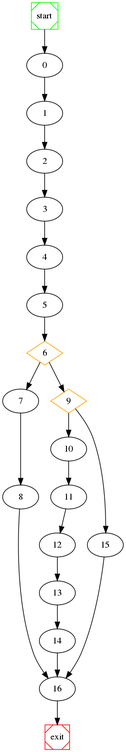
Above: wpc/raw_graph.png in NabeelQaiser/BTP_2k18-19 (Graphviz), before the change. Its source is kept beside it as wpc/raw_graph.dot.
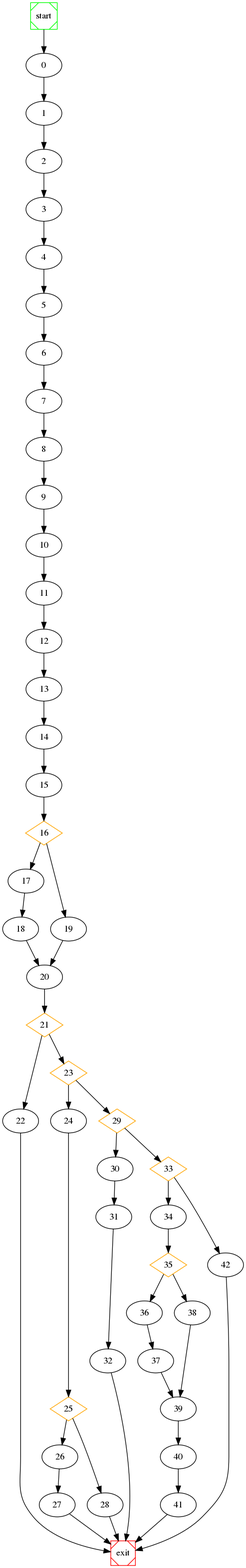
After the commit.

What changed in the source:
```diff
@@ -6,22 +6,58 @@
 	2 -> 3 ;
 	3 -> 4 ;
 	4 -> 5 ;
-	6 [shape=diamond, color=orange] ;
+	5 -> 6 ;
+	6 -> 7 ;
 	7 -> 8 ;
-	6 -> 7 ;
-	9 [shape=diamond, color=orange] ;
-	6 -> 9 ;
+	8 -> 9 ;
+	9 -> 10 ;
 	10 -> 11 ;
 	11 -> 12 ;
 	12 -> 13 ;
 	13 -> 14 ;
-	9 -> 10 ;
-	9 -> 15 ;
-	5 -> 6 ;
-	8 -> 16 ;
+	14 -> 15 ;
+	16 [shape=diamond, color=orange] ;
+	17 -> 18 ;
+	16 -> 17 ;
+	16 -> 19 ;
 	15 -> 16 ;
-	14 -> 16 ;
-	16 -> exit;
+	18 -> 20 ;
+	19 -> 20 ;
+	21 [shape=diamond, color=orange] ;
+	21 -> 22 ;
+	23 [shape=diamond, color=orange] ;
+	21 -> 23 ;
+	25 [shape=diamond, color=orange] ;
+	26 -> 27 ;
+	25 -> 26 ;
+	25 -> 28 ;
+	24 -> 25 ;
+	23 -> 24 ;
+	29 [shape=diamond, color=orange] ;
+	23 -> 29 ;
+	30 -> 31 ;
+	31 -> 32 ;
+	29 -> 30 ;
+	33 [shape=diamond, color=orange] ;
+	29 -> 33 ;
+	35 [shape=diamond, color=orange] ;
+	36 -> 37 ;
+	35 -> 36 ;
+	35 -> 38 ;
+	34 -> 35 ;
+	37 -> 39 ;
+	38 -> 39 ;
+	39 -> 40 ;
+	40 -> 41 ;
+	33 -> 34 ;
+	33 -> 42 ;
+	20 -> 21 ;
+	28 -> exit;
+	22 -> exit;
+	41 -> exit;
+	42 -> exit;
+	32 -> exit;
+	27 -> exit;
 
 	start [shape=Msquare, color=green];
 	exit [shape=Msquare, color=red];
```
